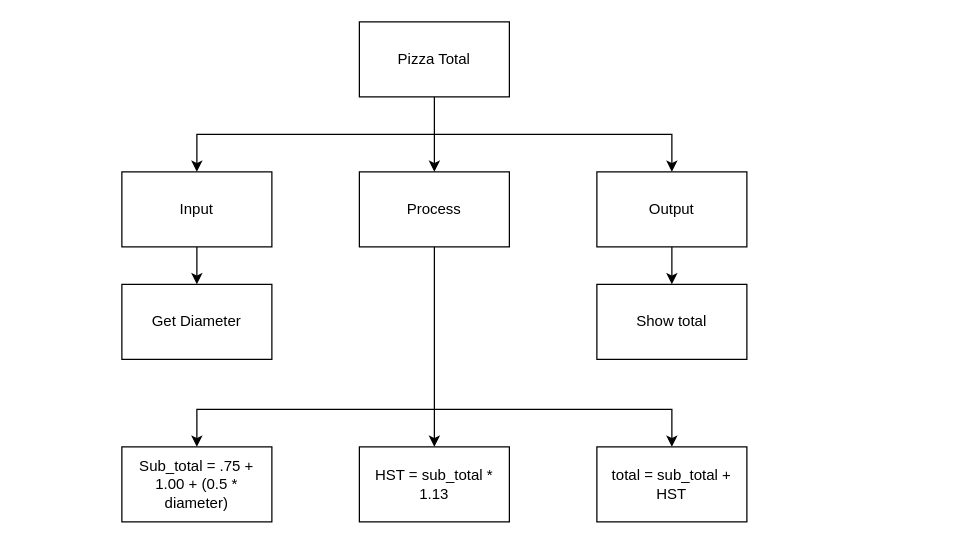
Peter-Gemmell/ICS3U-Assignment-3-Python keeps this draw.io diagram as Draw.io/topdown.drawio. Above is the earlier version. Source tidied: cells renumbered, new cells numbered last; positions are measured from the earlier drawing's top-left corner, leaving out a move shared by most shapes. Both pictures are drawn from the tidied source at 125%, with x=0, y=0 at pixel (121, 21).
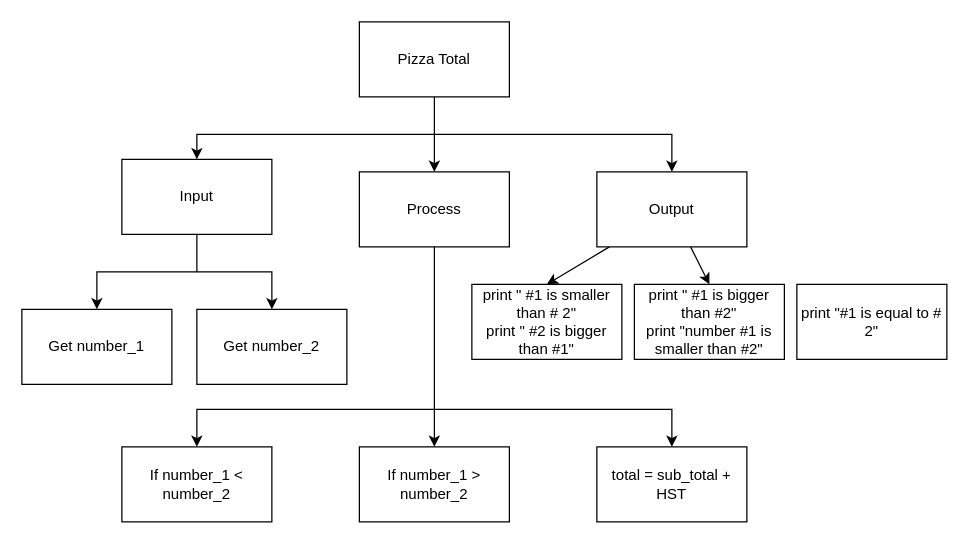
Above is the later version.

The change refers to these unchanged cells:
```xml
<mxCell id="13" value="Output" style="rounded=0;whiteSpace=wrap;html=1;" parent="1" vertex="1">
  <mxGeometry x="380" y="120" width="120" height="60" as="geometry" />
</mxCell>
```

The edit, as a diff of the source:
```diff
@@
+    <mxCell id="19" style="edgeStyle=none;html=1;entryX=0.5;entryY=0;entryDx=0;entryDy=0;rounded=0;" parent="1" edge="1" target="21">
+      <mxGeometry relative="1" as="geometry">
+        <mxPoint x="60" y="200" as="sourcePoint" />
+        <Array as="points">
+          <mxPoint x="120" y="200" />
+        </Array>
+      </mxGeometry>
+    </mxCell>
-    <mxCell id="6" style="edgeStyle=none;rounded=0;html=1;" parent="1" edge="1" source="7" target="14">
-      <mxGeometry relative="1" as="geometry" />
+    <mxCell id="6" style="edgeStyle=none;html=1;endArrow=classic;endFill=1;entryX=0.5;entryY=0;entryDx=0;entryDy=0;rounded=0;" parent="1" edge="1" source="7" target="14">
+      <mxGeometry relative="1" as="geometry">
+        <Array as="points">
+          <mxPoint x="60" y="200" />
+          <mxPoint x="-20" y="200" />
+        </Array>
+      </mxGeometry>
     </mxCell>
     <mxCell id="7" value="Input" style="rounded=0;whiteSpace=wrap;html=1;" parent="1" vertex="1">
-      <mxGeometry y="120" width="120" height="60" as="geometry" />
+      <mxGeometry y="110" width="120" height="60" as="geometry" />
     </mxCell>
@@
-    <mxCell id="12" style="edgeStyle=none;rounded=0;html=1;" parent="1" edge="1" source="13" target="15">
+    <mxCell id="12" style="edgeStyle=none;rounded=0;html=1;entryX=0.5;entryY=0;entryDx=0;entryDy=0;" parent="1" edge="1" source="13" target="15">
       <mxGeometry relative="1" as="geometry" />
     </mxCell>
+    <mxCell id="20" style="edgeStyle=none;rounded=0;html=1;entryX=0.5;entryY=0;entryDx=0;entryDy=0;endArrow=classic;endFill=1;" parent="1" edge="1" source="13" target="22">
+      <mxGeometry relative="1" as="geometry" />
+    </mxCell>
@@
-    <mxCell id="14" value="Get Diameter" style="rounded=0;whiteSpace=wrap;html=1;" parent="1" vertex="1">
-      <mxGeometry y="210" width="120" height="60" as="geometry" />
+    <mxCell id="14" value="Get number_1" style="rounded=0;whiteSpace=wrap;html=1;" parent="1" vertex="1">
+      <mxGeometry x="-80" y="230" width="120" height="60" as="geometry" />
     </mxCell>
-    <mxCell id="15" value="Show total" style="rounded=0;whiteSpace=wrap;html=1;" parent="1" vertex="1">
-      <mxGeometry x="380" y="210" width="120" height="60" as="geometry" />
+    <mxCell id="15" value="print &quot; #1 is smaller than # 2&quot;&lt;br&gt;print &quot; #2 is bigger than #1&quot;" style="rounded=0;whiteSpace=wrap;html=1;" parent="1" vertex="1">
+      <mxGeometry x="280" y="210" width="120" height="60" as="geometry" />
     </mxCell>
-    <mxCell id="16" value="HST = sub_total * 1.13" style="rounded=0;whiteSpace=wrap;html=1;" parent="1" vertex="1">
+    <mxCell id="16" value="If number_1 &amp;gt; number_2" style="rounded=0;whiteSpace=wrap;html=1;" parent="1" vertex="1">
       <mxGeometry x="190" y="340" width="120" height="60" as="geometry" />
     </mxCell>
-    <mxCell id="17" value="Sub_total = .75 + 1.00 + (0.5 * diameter)" style="rounded=0;whiteSpace=wrap;html=1;" parent="1" vertex="1">
+    <mxCell id="17" value="&lt;span&gt;If number_1 &amp;lt; number_2&lt;/span&gt;" style="rounded=0;whiteSpace=wrap;html=1;" parent="1" vertex="1">
       <mxGeometry y="340" width="120" height="60" as="geometry" />
     </mxCell>
@@
+    <mxCell id="21" value="Get number_2" style="rounded=0;whiteSpace=wrap;html=1;" parent="1" vertex="1">
+      <mxGeometry x="60" y="230" width="120" height="60" as="geometry" />
+    </mxCell>
+    <mxCell id="22" value="print &quot; #1 is bigger than #2&quot;&lt;br&gt;print &quot;number #1 is smaller than #2&quot;" style="rounded=0;whiteSpace=wrap;html=1;" parent="1" vertex="1">
+      <mxGeometry x="410" y="210" width="120" height="60" as="geometry" />
+    </mxCell>
+    <mxCell id="23" value="print &quot;#1 is equal to # 2&quot;" style="rounded=0;whiteSpace=wrap;html=1;" parent="1" vertex="1">
+      <mxGeometry x="540" y="210" width="120" height="60" as="geometry" />
+    </mxCell>
```
